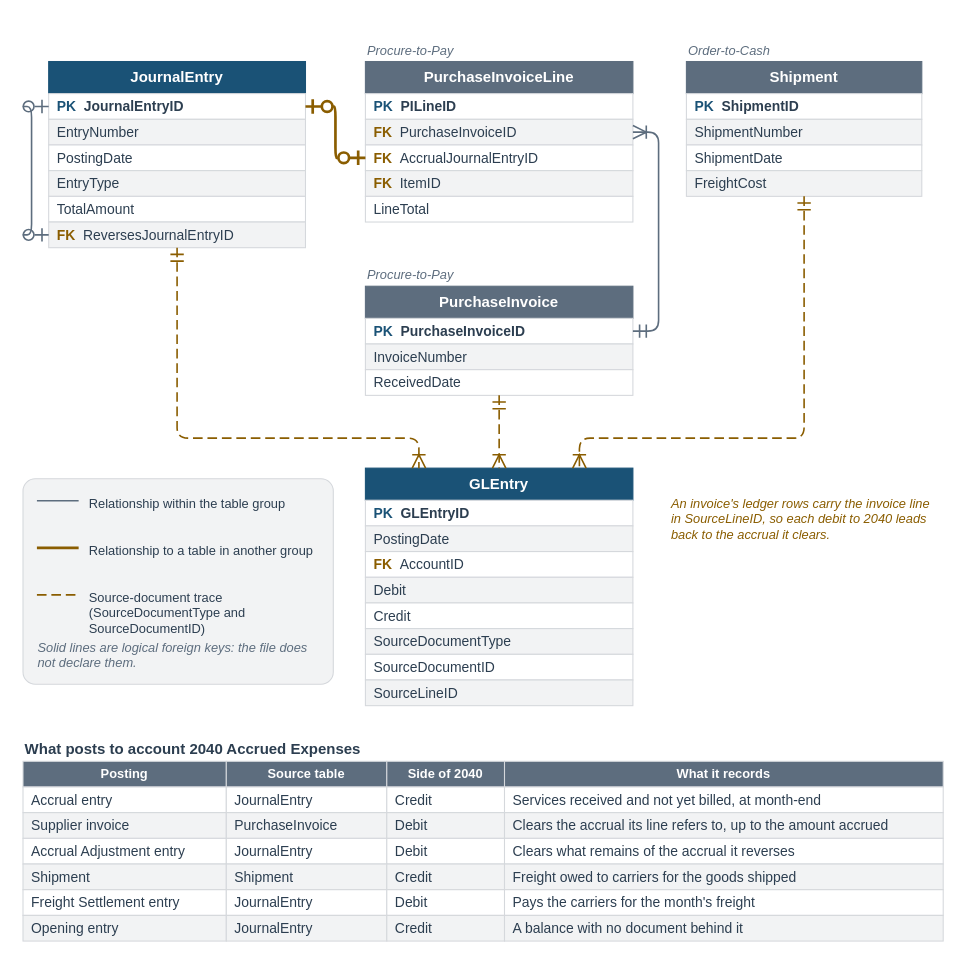
Before: visuals/src/fig-17-01-accrual-trace.drawio in mmcodesso/Accounting_Analytics_Book, a draw.io diagram. Source tidied: cells renumbered, new cells numbered last; positions are measured from the earlier drawing's top-left corner, leaving out a move shared by most shapes. Both pictures are drawn from the tidied source at 107%, with x=0, y=0 at pixel (22, 18).
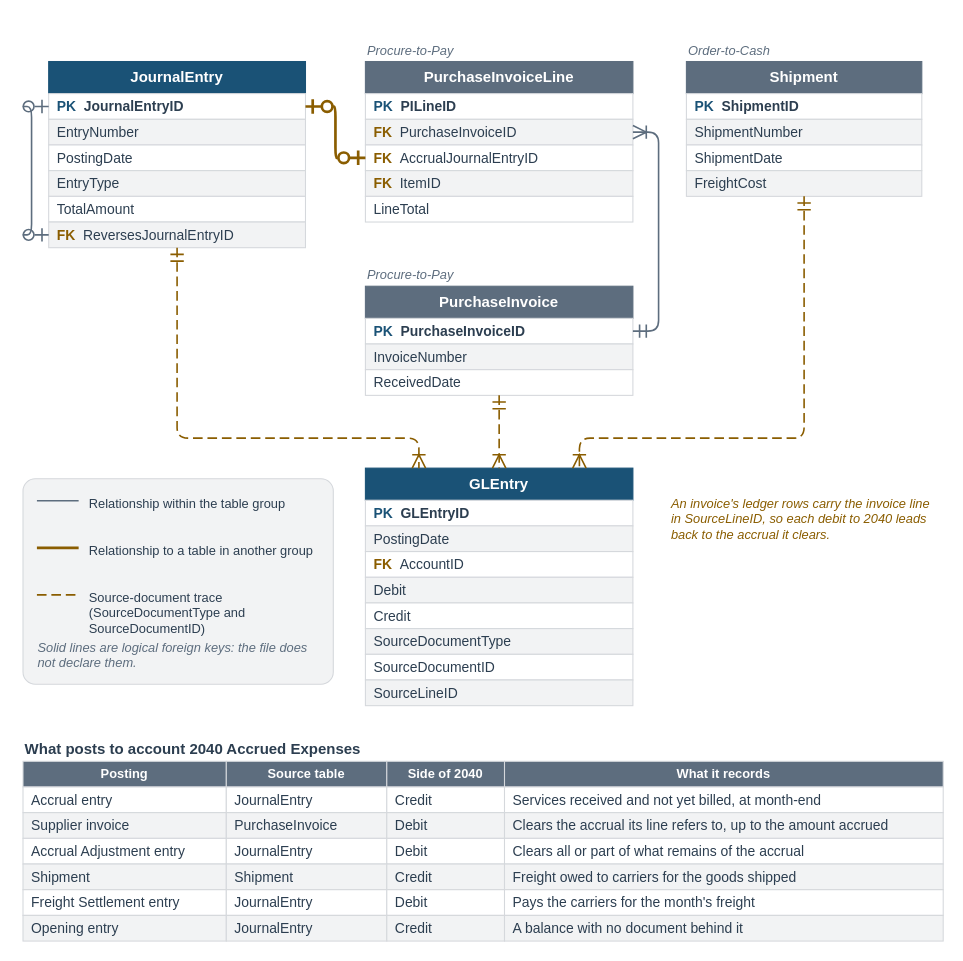
Above is the later version.

What changed in the source:
```diff
@@
-    <mxCell id="79" value="Clears what remains of the accrual it reverses" style="rounded=0;arcSize=6;whiteSpace=wrap;html=1;fillColor=#FFFFFF;strokeColor=#D5D8DC;strokeWidth=1;fontColor=#2C3E50;fontSize=13;fontStyle=0;align=left;verticalAlign=middle;fontFamily=Helvetica;spacingLeft=6;spacingRight=6;" parent="1" vertex="1">
+    <mxCell id="79" value="Clears all or part of what remains of the accrual" style="rounded=0;arcSize=6;whiteSpace=wrap;html=1;fillColor=#FFFFFF;strokeColor=#D5D8DC;strokeWidth=1;fontColor=#2C3E50;fontSize=13;fontStyle=0;align=left;verticalAlign=middle;fontFamily=Helvetica;spacingLeft=6;spacingRight=6;" parent="1" vertex="1">
       <mxGeometry x="450" y="766" width="410" height="24" as="geometry" />
     </mxCell>
```
